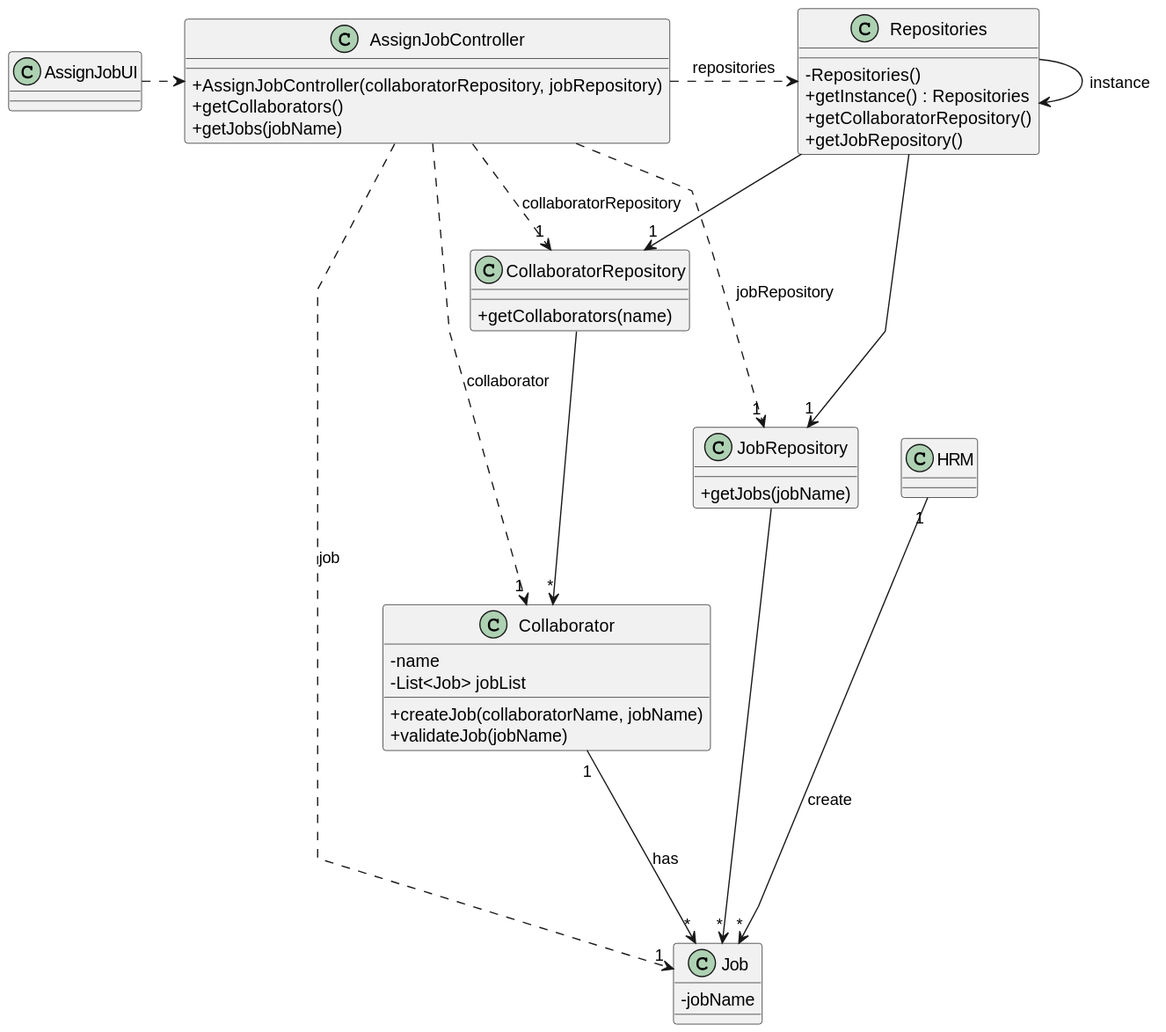
Above: docs/sprintB/us002/03.design/svg/us002-class-diagram.svg in Departamento-de-Engenharia-Informatica/lei-24-s2-1dkl-g134 (PlantUML), before the change.
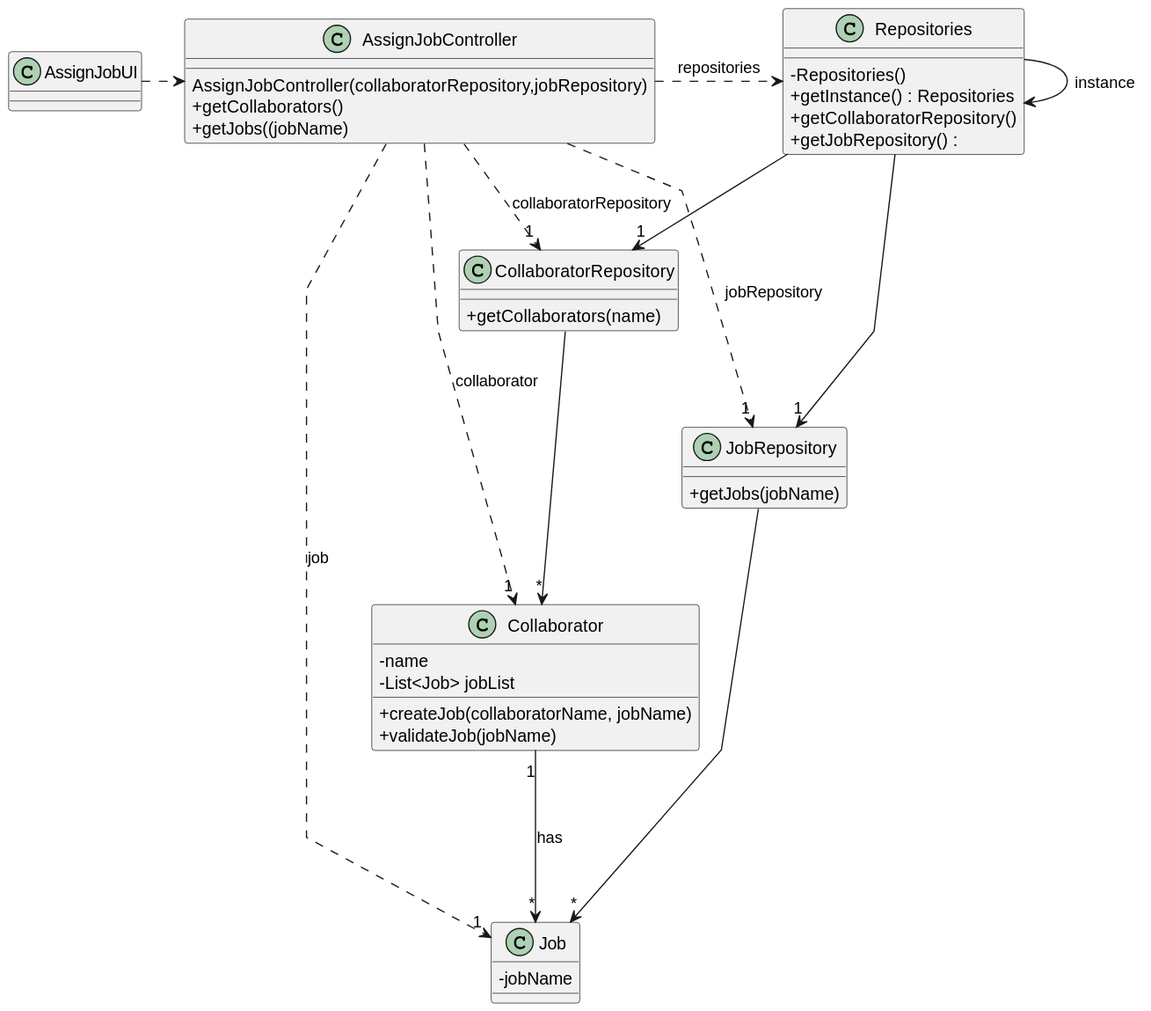
After the commit.

Commit message:
Beginning Of Implementation US006

The edit, as a diff of the source:
```diff
@@ -6,21 +6,15 @@
 skinparam classAttributeIconSize 0
 
 
-class AssignJobUI{
-}
 
 
-class AssignJobController{
-    + AssignJobController(collaboratorRepository, jobRepository)
-    + getCollaborators()
-    + getJobs(jobName)
- }
+
 
 class Repositories {
     - Repositories()
     + getInstance() : Repositories
     + getCollaboratorRepository()
-    + getJobRepository()
+    + getJobRepository() :
 }
 
 class CollaboratorRepository {
@@ -32,7 +26,12 @@
 }
 
 class Job{
-    - jobName
+    -jobName
+}
+class AssignJobController{
+AssignJobController(collaboratorRepository,jobRepository)
++getCollaborators()
++getJobs((jobName)
 }
 
 class Collaborator{
@@ -42,8 +41,8 @@
     + validateJob(jobName)
 }
 
-class HRM{
-}
+
+
 AssignJobUI .> AssignJobController
 AssignJobController .> Repositories : repositories
 Repositories --> "1" JobRepository
@@ -52,7 +51,7 @@
 
 JobRepository --> "*" Job
 CollaboratorRepository --> "*" Collaborator
-HRM "1" ----> "*" Job : create
+
 AssignJobController ....> "1" Collaborator : collaborator
 AssignJobController ......> "1" Job : job
 Collaborator "1" --> "*" Job : has
```
